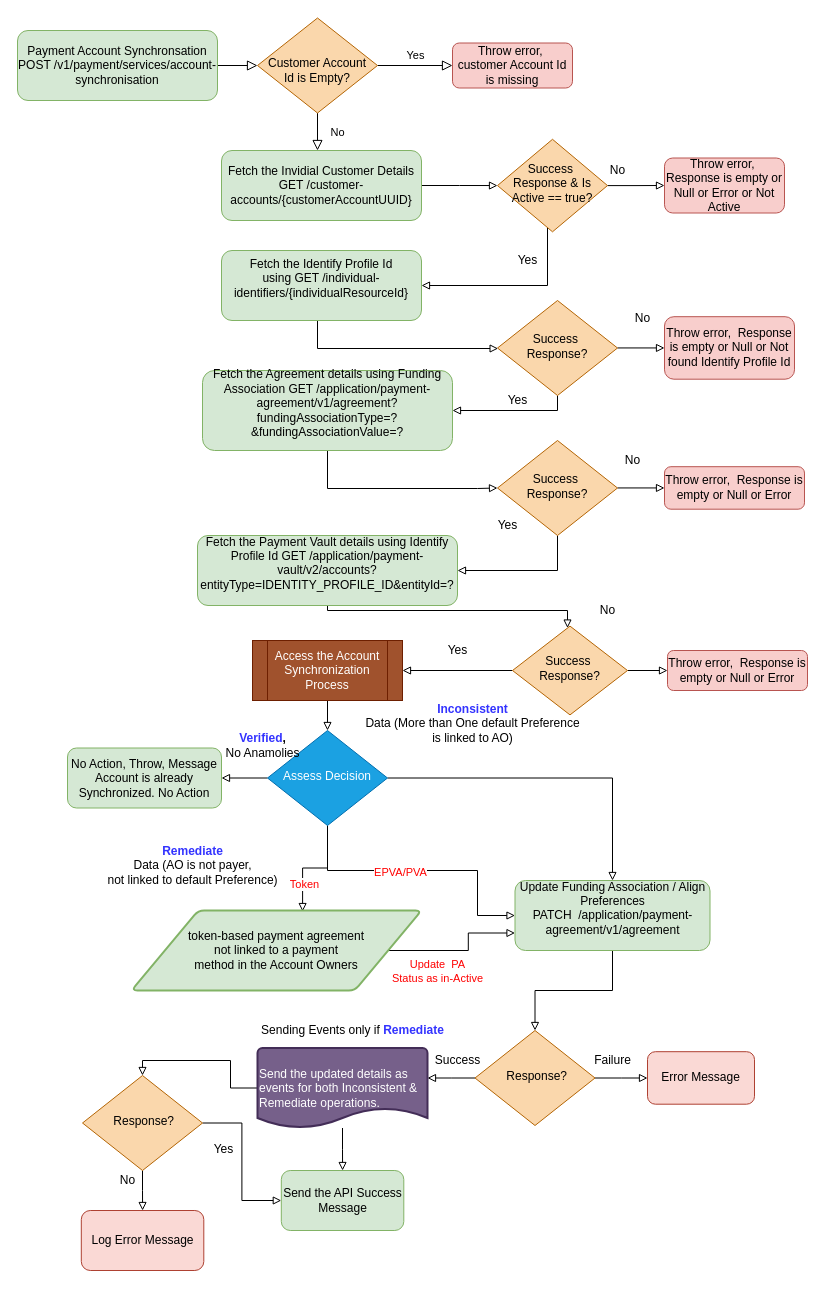
Earlier version of the draw.io diagram paydiagram.drawio (evasanthan/testRestApp). Source tidied: cells renumbered, new cells numbered last; positions are measured from the earlier drawing's top-left corner, leaving out a move shared by most shapes. Both pictures are drawn from the tidied source at 100%, with x=0, y=0 at pixel (17, 18).
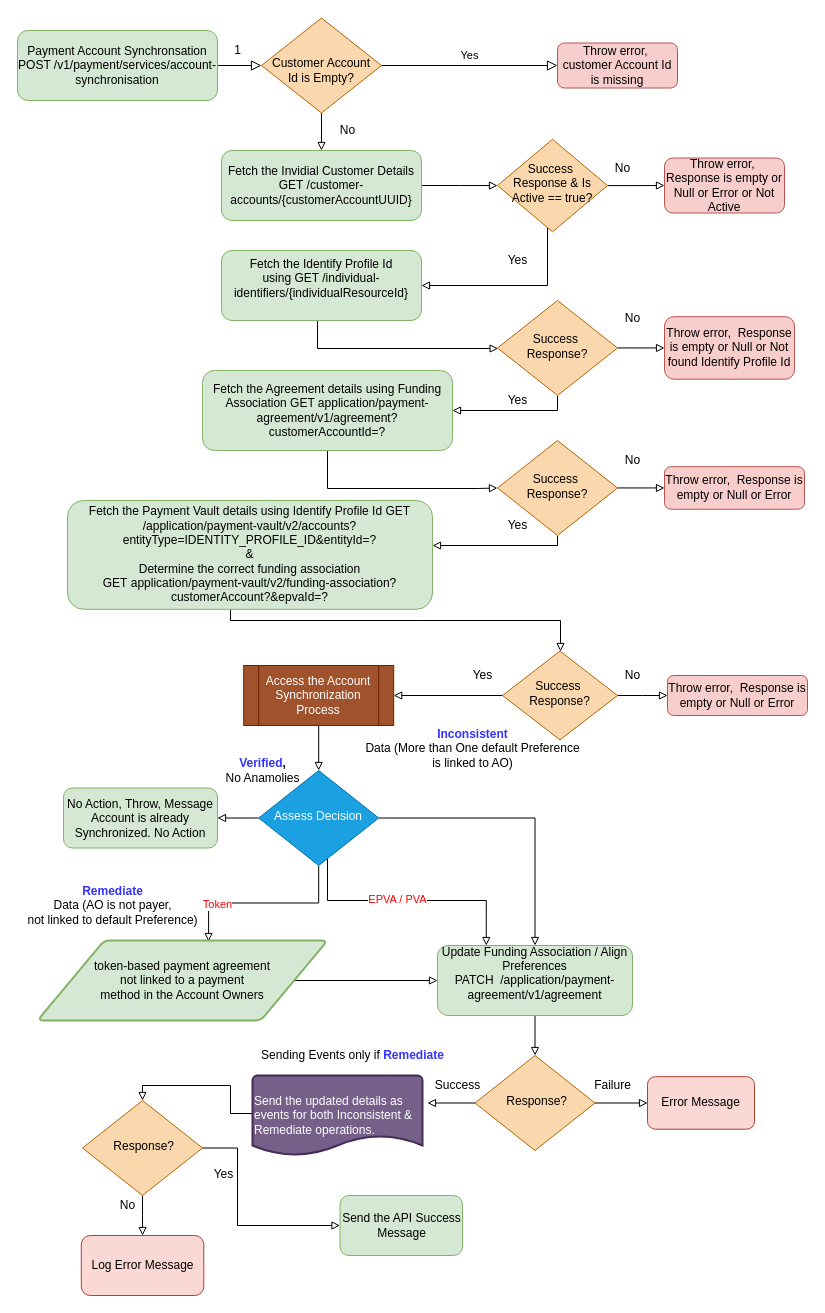
The same diagram, later.

The change refers to these unchanged cells:
```xml
<mxCell id="9" value="Fetch the Invidial Customer Details GET /customer-accounts/{customerAccountUUID}" style="rounded=1;whiteSpace=wrap;html=1;fontSize=12;glass=0;strokeWidth=1;shadow=0;fillColor=#d5e8d4;strokeColor=#82b366;" parent="1" vertex="1">
  <mxGeometry x="204" y="132" width="200" height="70" as="geometry" />
</mxCell>
<mxCell id="30" value="Success&amp;nbsp; Response?" style="rhombus;whiteSpace=wrap;html=1;shadow=0;fontFamily=Helvetica;fontSize=12;align=center;strokeWidth=1;spacing=6;spacingTop=-4;fillColor=#fad7ac;strokeColor=#b46504;" parent="1" vertex="1">
  <mxGeometry x="480" y="422" width="120" height="95" as="geometry" />
</mxCell>
```

Change to the diagram source:
```diff
@@
-    <mxCell id="4" value="No" style="rounded=0;html=1;jettySize=auto;fontSize=11;endArrow=block;endFill=0;endSize=8;strokeWidth=1;shadow=0;labelBackgroundColor=none;edgeStyle=orthogonalEdgeStyle;" parent="1" edge="1" source="6">
-      <mxGeometry y="20" relative="1" as="geometry">
-        <mxPoint x="300" y="132" as="targetPoint" />
-      </mxGeometry>
-    </mxCell>
@@
+    <mxCell id="75" style="edgeStyle=orthogonalEdgeStyle;rounded=0;jettySize=auto;html=1;startArrow=none;startFill=0;endArrow=block;endFill=0;" parent="1" edge="1" source="6" target="9">
+      <mxGeometry relative="1" as="geometry" />
+    </mxCell>
     <mxCell id="6" value="&lt;br&gt;Customer Account Id is Empty?" style="rhombus;whiteSpace=wrap;html=1;shadow=0;fontFamily=Helvetica;fontSize=12;align=center;strokeWidth=1;spacing=6;spacingTop=-4;fillColor=#fad7ac;strokeColor=#b46504;" parent="1" vertex="1">
-      <mxGeometry x="240" y="-0.5" width="120" height="95" as="geometry" />
+      <mxGeometry x="244" y="-0.5" width="120" height="95" as="geometry" />
     </mxCell>
     <mxCell id="7" value="Throw error,&amp;nbsp; customer Account Id is missing" style="rounded=1;whiteSpace=wrap;html=1;fontSize=12;glass=0;strokeWidth=1;shadow=0;fillColor=#f8cecc;strokeColor=#b85450;" parent="1" vertex="1">
-      <mxGeometry x="435" y="24.5" width="120" height="45" as="geometry" />
+      <mxGeometry x="540" y="24.5" width="120" height="45" as="geometry" />
     </mxCell>
@@
-    <mxCell id="13" value="Fetch the Agreement details using Funding Association&amp;nbsp;&lt;span&gt;GET /application/payment-agreement/v1/agreement?fundingAssociationType=?&amp;amp;fundingAssociationValue=?&lt;/span&gt;&lt;br&gt;&lt;span&gt;&lt;br&gt;&lt;/span&gt;" style="rounded=1;whiteSpace=wrap;html=1;fontSize=12;glass=0;strokeWidth=1;shadow=0;fillColor=#d5e8d4;strokeColor=#82b366;" parent="1" vertex="1">
+    <mxCell id="13" value="Fetch the Agreement details using Funding Association G&lt;span&gt;ET application/payment-agreement/v1/agreement?customerAccountId=?&lt;/span&gt;&lt;span&gt;&lt;br&gt;&lt;/span&gt;" style="rounded=1;whiteSpace=wrap;html=1;fontSize=12;glass=0;strokeWidth=1;shadow=0;fillColor=#d5e8d4;strokeColor=#82b366;" parent="1" vertex="1">
       <mxGeometry x="185" y="352" width="250" height="80" as="geometry" />
     </mxCell>
-    <mxCell id="14" style="edgeStyle=orthogonalEdgeStyle;rounded=0;jettySize=auto;html=1;endArrow=block;endFill=0;" parent="1" edge="1" source="15" target="61">
+    <mxCell id="14" style="edgeStyle=orthogonalEdgeStyle;rounded=0;jettySize=auto;html=1;startArrow=none;startFill=0;endArrow=block;endFill=0;" parent="1" edge="1" source="15" target="61">
       <mxGeometry relative="1" as="geometry">
         <Array as="points">
-          <mxPoint x="310" y="592" />
-          <mxPoint x="550" y="592" />
+          <mxPoint x="213" y="602" />
+          <mxPoint x="543" y="602" />
         </Array>
       </mxGeometry>
     </mxCell>
-    <mxCell id="15" value="Fetch the Payment Vault details using Identify Profile Id&amp;nbsp;&lt;span&gt;GET /application/payment-vault/v2/accounts?entityType=IDENTITY_PROFILE_ID&amp;amp;entityId=?&lt;br&gt;&lt;br&gt;&lt;/span&gt;" style="rounded=1;whiteSpace=wrap;html=1;fontSize=12;glass=0;strokeWidth=1;shadow=0;fillColor=#d5e8d4;strokeColor=#82b366;" parent="1" vertex="1">
-      <mxGeometry x="180" y="517" width="260" height="70" as="geometry" />
+    <mxCell id="15" value="Fetch the Payment Vault details using Identify Profile Id&amp;nbsp;&lt;span&gt;GET /application/payment-vault/v2/accounts?entityType=IDENTITY_PROFILE_ID&amp;amp;entityId=?&lt;br&gt;&amp;amp;&lt;br&gt;&lt;/span&gt;&lt;span class=&quot;s1&quot;&gt;Determine the correct funding association GET&amp;nbsp;&lt;/span&gt;&lt;span&gt;application/payment-vault/v2/funding-association?customerAccount?&amp;amp;epvaId=?&lt;br&gt;&lt;/span&gt;" style="rounded=1;whiteSpace=wrap;html=1;fontSize=12;glass=0;strokeWidth=1;shadow=0;fillColor=#d5e8d4;strokeColor=#82b366;" parent="1" vertex="1">
+      <mxGeometry x="50" y="482" width="365" height="108.8" as="geometry" />
     </mxCell>
@@
     <mxCell id="20" value="No" style="text;html=1;align=center;verticalAlign=middle;strokeColor=none;" parent="1" vertex="1">
-      <mxGeometry x="585" y="142" width="30" height="20" as="geometry" />
+      <mxGeometry x="590" y="139.5" width="30" height="20" as="geometry" />
     </mxCell>
     <mxCell id="21" value="Yes" style="text;html=1;align=center;verticalAlign=middle;strokeColor=none;" parent="1" vertex="1">
-      <mxGeometry x="490" y="232" width="40" height="20" as="geometry" />
+      <mxGeometry x="480" y="232" width="40" height="20" as="geometry" />
     </mxCell>
@@
     <mxCell id="26" value="No" style="text;html=1;align=center;verticalAlign=middle;strokeColor=none;" parent="1" vertex="1">
-      <mxGeometry x="610" y="289.5" width="30" height="20" as="geometry" />
+      <mxGeometry x="600" y="289.5" width="30" height="20" as="geometry" />
     </mxCell>
@@
-    <mxCell id="29" style="edgeStyle=orthogonalEdgeStyle;rounded=0;jettySize=auto;html=1;entryX=1;entryY=0.5;entryDx=0;entryDy=0;endArrow=block;endFill=0;" parent="1" edge="1" source="30" target="15">
+    <mxCell id="29" style="edgeStyle=orthogonalEdgeStyle;rounded=0;jettySize=auto;html=1;startArrow=none;startFill=0;endArrow=block;endFill=0;" parent="1" edge="1" source="30" target="15">
       <mxGeometry relative="1" as="geometry">
         <Array as="points">
-          <mxPoint x="540" y="552" />
+          <mxPoint x="540" y="527" />
         </Array>
       </mxGeometry>
     </mxCell>
@@
     <mxCell id="33" value="Yes" style="text;html=1;align=center;verticalAlign=middle;strokeColor=none;" parent="1" vertex="1">
-      <mxGeometry x="470" y="497" width="40" height="20" as="geometry" />
+      <mxGeometry x="480" y="497" width="40" height="20" as="geometry" />
     </mxCell>
@@
     <mxCell id="35" value="Access the Account Synchronization Process" style="shape=process;whiteSpace=wrap;html=1;backgroundOutline=1;fillColor=#a0522d;strokeColor=#6D1F00;fontColor=#ffffff;" parent="1" vertex="1">
-      <mxGeometry x="235" y="622" width="150" height="60" as="geometry" />
+      <mxGeometry x="226.2" y="647" width="150" height="60" as="geometry" />
     </mxCell>
@@
-    <mxCell id="40" style="edgeStyle=orthogonalEdgeStyle;rounded=0;jettySize=auto;html=1;entryX=0;entryY=0.5;entryDx=0;entryDy=0;endArrow=block;endFill=0;" parent="1" edge="1" source="42" target="47">
+    <mxCell id="40" style="edgeStyle=orthogonalEdgeStyle;rounded=0;jettySize=auto;html=1;entryX=0.25;entryY=0;entryDx=0;entryDy=0;startArrow=none;startFill=0;endArrow=block;endFill=0;" parent="1" edge="1" source="42" target="47">
       <mxGeometry relative="1" as="geometry">
         <Array as="points">
-          <mxPoint x="310" y="852" />
-          <mxPoint x="460" y="852" />
-          <mxPoint x="460" y="897" />
+          <mxPoint x="310" y="882" />
+          <mxPoint x="469" y="882" />
         </Array>
       </mxGeometry>
     </mxCell>
-    <mxCell id="41" value="&lt;font color=&quot;#ff0000&quot;&gt;EPVA/PVA&lt;/font&gt;" style="edgeLabel;html=1;align=center;verticalAlign=middle;" parent="40" vertex="1">
-      <mxGeometry x="-0.16" y="-1" relative="1" as="geometry" />
-    </mxCell>
+    <mxCell id="76" value="&lt;span style=&quot;color: rgb(255 , 0 , 0)&quot;&gt;EPVA / PVA&lt;/span&gt;" style="edgeLabel;html=1;align=center;verticalAlign=middle;" parent="40" vertex="1">
+      <mxGeometry x="-0.1" y="2" relative="1" as="geometry" />
+    </mxCell>
     <mxCell id="42" value="Assess Decision" style="rhombus;whiteSpace=wrap;html=1;shadow=0;fontFamily=Helvetica;fontSize=12;align=center;strokeWidth=1;spacing=6;spacingTop=-4;fillColor=#1ba1e2;strokeColor=#006EAF;fontColor=#ffffff;" parent="1" vertex="1">
-      <mxGeometry x="250" y="712" width="120" height="95" as="geometry" />
+      <mxGeometry x="241.2" y="752" width="120" height="95" as="geometry" />
     </mxCell>
     <mxCell id="43" value="No Action, Throw, Message Account is already Synchronized. No Action" style="rounded=1;whiteSpace=wrap;html=1;fillColor=#d5e8d4;strokeColor=#82b366;" parent="1" vertex="1">
-      <mxGeometry x="50" y="729.5" width="154" height="60" as="geometry" />
+      <mxGeometry x="46" y="769.5" width="154" height="60" as="geometry" />
     </mxCell>
     <mxCell id="44" value="&lt;b&gt;&lt;font color=&quot;#3333ff&quot;&gt;Verified&lt;/font&gt;, &lt;br&gt;&lt;/b&gt;No Anamolies" style="text;html=1;align=center;verticalAlign=middle;strokeColor=none;" parent="1" vertex="1">
-      <mxGeometry x="200" y="712" width="90" height="30" as="geometry" />
+      <mxGeometry x="200" y="737" width="90" height="30" as="geometry" />
     </mxCell>
     <mxCell id="45" value="&lt;b&gt;&lt;font color=&quot;#3333ff&quot;&gt;Inconsistent&lt;/font&gt;&lt;br&gt;&lt;/b&gt;Data (More than One default Preference &lt;br&gt;is linked to AO)" style="text;html=1;align=center;verticalAlign=middle;strokeColor=none;" parent="1" vertex="1">
-      <mxGeometry x="340" y="679.5" width="230" height="50" as="geometry" />
+      <mxGeometry x="340" y="704.5" width="230" height="50" as="geometry" />
     </mxCell>
@@
     <mxCell id="47" value="&lt;span&gt;Update Funding Association / Align Preferences&lt;br&gt;PATCH&amp;nbsp; /application/payment-agreement/v1/agreement&lt;br&gt;&lt;br&gt;&lt;/span&gt;" style="rounded=1;whiteSpace=wrap;html=1;fontSize=12;glass=0;strokeWidth=1;shadow=0;fillColor=#d5e8d4;strokeColor=#82b366;" parent="1" vertex="1">
-      <mxGeometry x="497.5" y="862" width="195" height="70" as="geometry" />
+      <mxGeometry x="420" y="927" width="195" height="70" as="geometry" />
     </mxCell>
     <mxCell id="48" style="edgeStyle=orthogonalEdgeStyle;rounded=0;jettySize=auto;html=1;entryX=1;entryY=0.5;entryDx=0;entryDy=0;endArrow=block;endFill=0;" parent="1" edge="1" source="50">
       <mxGeometry relative="1" as="geometry">
-        <mxPoint x="410" y="1059.5" as="targetPoint" />
+        <mxPoint x="410" y="1084.5" as="targetPoint" />
       </mxGeometry>
     </mxCell>
@@
     <mxCell id="50" value="&amp;nbsp;Response?" style="rhombus;whiteSpace=wrap;html=1;shadow=0;fontFamily=Helvetica;fontSize=12;align=center;strokeWidth=1;spacing=6;spacingTop=-4;fillColor=#fad7ac;strokeColor=#b46504;" parent="1" vertex="1">
-      <mxGeometry x="457.5" y="1012" width="120" height="95" as="geometry" />
+      <mxGeometry x="457.5" y="1037" width="120" height="95" as="geometry" />
     </mxCell>
     <mxCell id="51" value="&lt;b&gt;&lt;font color=&quot;#3333ff&quot;&gt;Remediate&lt;/font&gt;&lt;br&gt;&lt;/b&gt;Data (AO is not payer, &lt;br&gt;not linked to default Preference&lt;font style=&quot;font-size: 12px&quot;&gt;)&lt;/font&gt;" style="text;html=1;align=center;verticalAlign=middle;strokeColor=none;" parent="1" vertex="1">
-      <mxGeometry x="80" y="822" width="190" height="50" as="geometry" />
+      <mxGeometry y="862" width="190" height="50" as="geometry" />
     </mxCell>
     <mxCell id="52" value="Error Message" style="rounded=1;whiteSpace=wrap;html=1;fillColor=#fad9d5;strokeColor=#ae4132;" parent="1" vertex="1">
-      <mxGeometry x="630" y="1033.2" width="107" height="52.5" as="geometry" />
+      <mxGeometry x="630" y="1058.2" width="107" height="52.5" as="geometry" />
     </mxCell>
     <mxCell id="53" value="Success" style="text;html=1;align=center;verticalAlign=middle;strokeColor=none;" parent="1" vertex="1">
-      <mxGeometry x="410" y="1032" width="60" height="20" as="geometry" />
+      <mxGeometry x="410" y="1057" width="60" height="20" as="geometry" />
     </mxCell>
     <mxCell id="54" value="Failure" style="text;html=1;align=center;verticalAlign=middle;strokeColor=none;" parent="1" vertex="1">
-      <mxGeometry x="570" y="1032" width="50" height="20" as="geometry" />
+      <mxGeometry x="570" y="1057" width="50" height="20" as="geometry" />
     </mxCell>
-    <mxCell id="55" style="edgeStyle=orthogonalEdgeStyle;rounded=0;jettySize=auto;html=1;endArrow=block;endFill=0;" parent="1" edge="1" source="57" target="58">
-      <mxGeometry relative="1" as="geometry" />
-    </mxCell>
     <mxCell id="56" style="edgeStyle=orthogonalEdgeStyle;rounded=0;jettySize=auto;html=1;entryX=0.5;entryY=0;entryDx=0;entryDy=0;endArrow=block;endFill=0;" parent="1" edge="1" source="57" target="71">
       <mxGeometry relative="1" as="geometry">
         <Array as="points">
-          <mxPoint x="213" y="1070" />
-          <mxPoint x="213" y="1042" />
-          <mxPoint x="125" y="1042" />
+          <mxPoint x="213" y="1095" />
+          <mxPoint x="213" y="1067" />
+          <mxPoint x="125" y="1067" />
         </Array>
       </mxGeometry>
     </mxCell>
     <mxCell id="57" value="&lt;span&gt;Send the updated details as events for both Inconsistent &amp;amp; Remediate operations.&lt;/span&gt;" style="strokeWidth=2;html=1;shape=mxgraph.flowchart.document2;whiteSpace=wrap;size=0.25;fillColor=#76608a;strokeColor=#432D57;fontColor=#ffffff;align=left;" parent="1" vertex="1">
-      <mxGeometry x="240" y="1029.5" width="170" height="80" as="geometry" />
+      <mxGeometry x="235" y="1057" width="170" height="80" as="geometry" />
     </mxCell>
     <mxCell id="58" value="&lt;span&gt;Send the API Success Message&lt;br&gt;&lt;/span&gt;" style="rounded=1;whiteSpace=wrap;html=1;fontSize=12;glass=0;strokeWidth=1;shadow=0;fillColor=#d5e8d4;strokeColor=#82b366;" parent="1" vertex="1">
-      <mxGeometry x="263.8" y="1152" width="122.5" height="60" as="geometry" />
+      <mxGeometry x="322.5" y="1177" width="122.5" height="60" as="geometry" />
     </mxCell>
-    <mxCell id="59" style="edgeStyle=orthogonalEdgeStyle;rounded=0;jettySize=auto;html=1;entryX=0;entryY=0.5;entryDx=0;entryDy=0;endArrow=block;endFill=0;" parent="1" edge="1" source="61" target="63">
-      <mxGeometry relative="1" as="geometry" />
+    <mxCell id="59" style="edgeStyle=orthogonalEdgeStyle;rounded=0;jettySize=auto;html=1;entryX=0;entryY=0.5;entryDx=0;entryDy=0;endArrow=block;endFill=0;" parent="1" edge="1" source="61">
+      <mxGeometry relative="1" as="geometry">
+        <mxPoint x="650" y="677" as="targetPoint" />
+      </mxGeometry>
     </mxCell>
@@
     <mxCell id="61" value="Success&amp;nbsp; Response?" style="rhombus;whiteSpace=wrap;html=1;shadow=0;fontFamily=Helvetica;fontSize=12;align=center;strokeWidth=1;spacing=6;spacingTop=-4;fillColor=#fad7ac;strokeColor=#b46504;" parent="1" vertex="1">
-      <mxGeometry x="495" y="607.6" width="115" height="88.8" as="geometry" />
+      <mxGeometry x="485" y="632.6" width="115" height="88.8" as="geometry" />
     </mxCell>
     <mxCell id="62" value="Yes" style="text;html=1;align=center;verticalAlign=middle;strokeColor=none;" parent="1" vertex="1">
-      <mxGeometry x="420" y="622" width="40" height="20" as="geometry" />
+      <mxGeometry x="445" y="647" width="40" height="20" as="geometry" />
     </mxCell>
     <mxCell id="63" value="Throw error,&amp;nbsp; Response is empty or Null or Error" style="rounded=1;whiteSpace=wrap;html=1;fontSize=12;glass=0;strokeWidth=1;shadow=0;fillColor=#f8cecc;strokeColor=#b85450;" parent="1" vertex="1">
-      <mxGeometry x="650" y="632" width="140" height="40" as="geometry" />
+      <mxGeometry x="650" y="657" width="140" height="40" as="geometry" />
     </mxCell>
     <mxCell id="64" value="No" style="text;html=1;align=center;verticalAlign=middle;strokeColor=none;" parent="1" vertex="1">
-      <mxGeometry x="575" y="582" width="30" height="20" as="geometry" />
+      <mxGeometry x="600" y="647" width="30" height="20" as="geometry" />
     </mxCell>
     <mxCell id="65" value="Sending Events only if&amp;nbsp;&lt;b&gt;&lt;font color=&quot;#3333ff&quot;&gt;Remediate&lt;/font&gt;&lt;/b&gt;" style="text;html=1;align=center;verticalAlign=middle;strokeColor=none;" parent="1" vertex="1">
-      <mxGeometry x="235" y="1002" width="200" height="20" as="geometry" />
+      <mxGeometry x="235" y="1027" width="200" height="20" as="geometry" />
     </mxCell>
-    <mxCell id="66" style="edgeStyle=orthogonalEdgeStyle;rounded=0;jettySize=auto;html=1;entryX=0;entryY=0.75;entryDx=0;entryDy=0;endArrow=block;endFill=0;" parent="1" edge="1" source="68" target="47">
+    <mxCell id="66" style="edgeStyle=orthogonalEdgeStyle;rounded=0;jettySize=auto;html=1;startArrow=none;startFill=0;endArrow=block;endFill=0;" parent="1" edge="1" source="68" target="47">
       <mxGeometry relative="1" as="geometry" />
     </mxCell>
-    <mxCell id="67" value="&lt;font color=&quot;#ff0000&quot;&gt;Update&amp;nbsp; PA &lt;br&gt;Status as in-Active&lt;/font&gt;" style="edgeLabel;html=1;align=center;verticalAlign=middle;" parent="66" vertex="1">
-      <mxGeometry x="-0.5" relative="1" as="geometry">
-        <mxPoint x="13" y="20" as="offset" />
-      </mxGeometry>
-    </mxCell>
     <mxCell id="68" value="token-based payment agreement&lt;br&gt;not linked to a payment&lt;br&gt;method in the Account Owners" style="shape=parallelogram;html=1;strokeWidth=2;perimeter=parallelogramPerimeter;whiteSpace=wrap;rounded=1;arcSize=12;size=0.23;fillColor=#d5e8d4;strokeColor=#82b366;" parent="1" vertex="1">
-      <mxGeometry x="114" y="892" width="290" height="80" as="geometry" />
+      <mxGeometry x="20" y="922" width="290" height="80" as="geometry" />
     </mxCell>
     <mxCell id="69" style="edgeStyle=orthogonalEdgeStyle;rounded=0;jettySize=auto;html=1;entryX=0;entryY=0.5;entryDx=0;entryDy=0;endArrow=block;endFill=0;" parent="1" edge="1" source="71" target="58">
-      <mxGeometry relative="1" as="geometry" />
+      <mxGeometry relative="1" as="geometry">
+        <Array as="points">
+          <mxPoint x="220" y="1130" />
+          <mxPoint x="220" y="1207" />
+        </Array>
+      </mxGeometry>
     </mxCell>
@@
     <mxCell id="71" value="&amp;nbsp;Response?" style="rhombus;whiteSpace=wrap;html=1;shadow=0;fontFamily=Helvetica;fontSize=12;align=center;strokeWidth=1;spacing=6;spacingTop=-4;fillColor=#fad7ac;strokeColor=#b46504;" parent="1" vertex="1">
-      <mxGeometry x="65" y="1057" width="120" height="95" as="geometry" />
+      <mxGeometry x="65" y="1082" width="120" height="95" as="geometry" />
     </mxCell>
     <mxCell id="72" value="&lt;span&gt;Log Error Message&lt;br&gt;&lt;/span&gt;" style="rounded=1;whiteSpace=wrap;html=1;fontSize=12;glass=0;strokeWidth=1;shadow=0;fillColor=#fad9d5;strokeColor=#ae4132;" parent="1" vertex="1">
-      <mxGeometry x="63.8" y="1192" width="122.5" height="60" as="geometry" />
+      <mxGeometry x="63.8" y="1217" width="122.5" height="60" as="geometry" />
     </mxCell>
     <mxCell id="73" value="No" style="text;html=1;align=center;verticalAlign=middle;strokeColor=none;" parent="1" vertex="1">
-      <mxGeometry x="95" y="1152" width="30" height="20" as="geometry" />
+      <mxGeometry x="95" y="1177" width="30" height="20" as="geometry" />
     </mxCell>
     <mxCell id="74" value="Yes" style="text;html=1;align=center;verticalAlign=middle;strokeColor=none;" parent="1" vertex="1">
-      <mxGeometry x="186.2" y="1121" width="40" height="20" as="geometry" />
+      <mxGeometry x="186.2" y="1146" width="40" height="20" as="geometry" />
     </mxCell>
+    <mxCell id="4" value="No" style="text;html=1;align=center;verticalAlign=middle;strokeColor=none;" parent="1" vertex="1">
+      <mxGeometry x="315" y="102" width="30" height="20" as="geometry" />
+    </mxCell>
+    <mxCell id="77" value="1" style="text;html=1;align=center;verticalAlign=middle;strokeColor=none;" parent="1" vertex="1">
+      <mxGeometry x="210" y="22" width="20" height="20" as="geometry" />
+    </mxCell>
```
